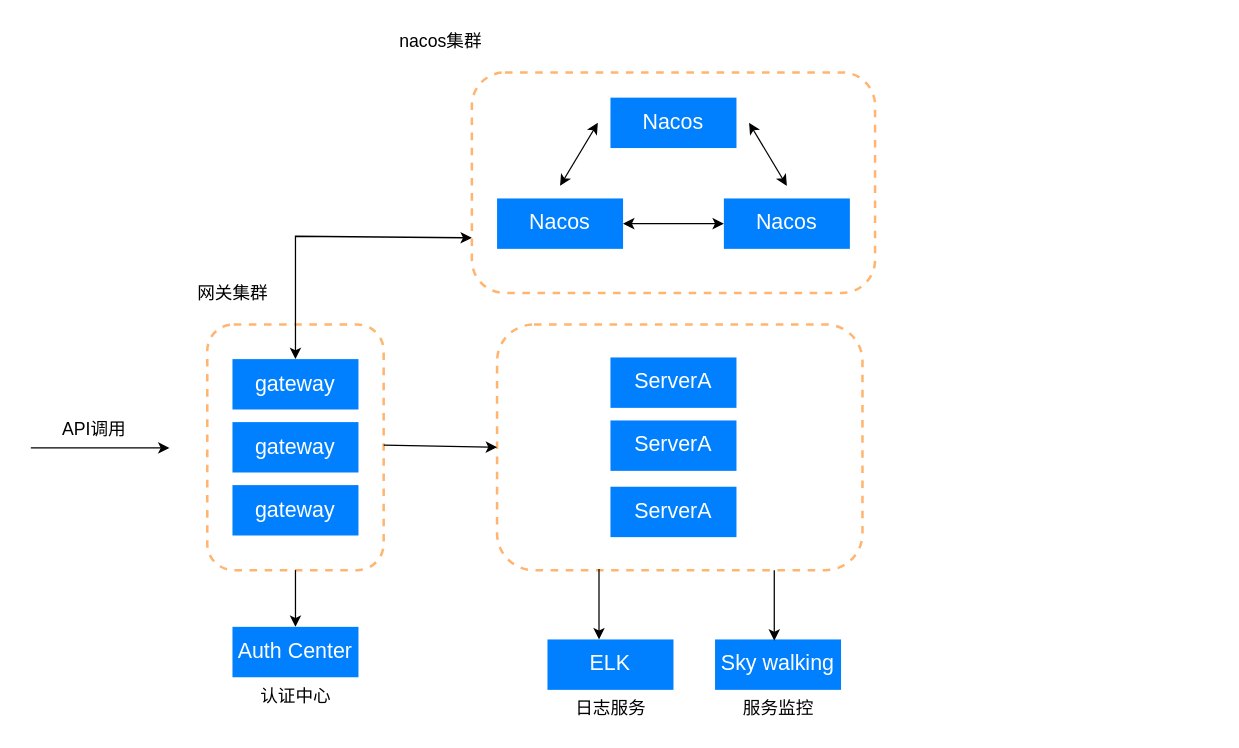
This is 工装/工作架构设计.drawio from DemonHan/KuickBuy, a draw.io file, before an edit. Source tidied: cells renumbered, new cells numbered last; positions are measured from the earlier drawing's top-left corner, leaving out a move shared by most shapes. Both pictures are drawn from the tidied source at 126%, with x=0, y=0 at pixel (30, 21).
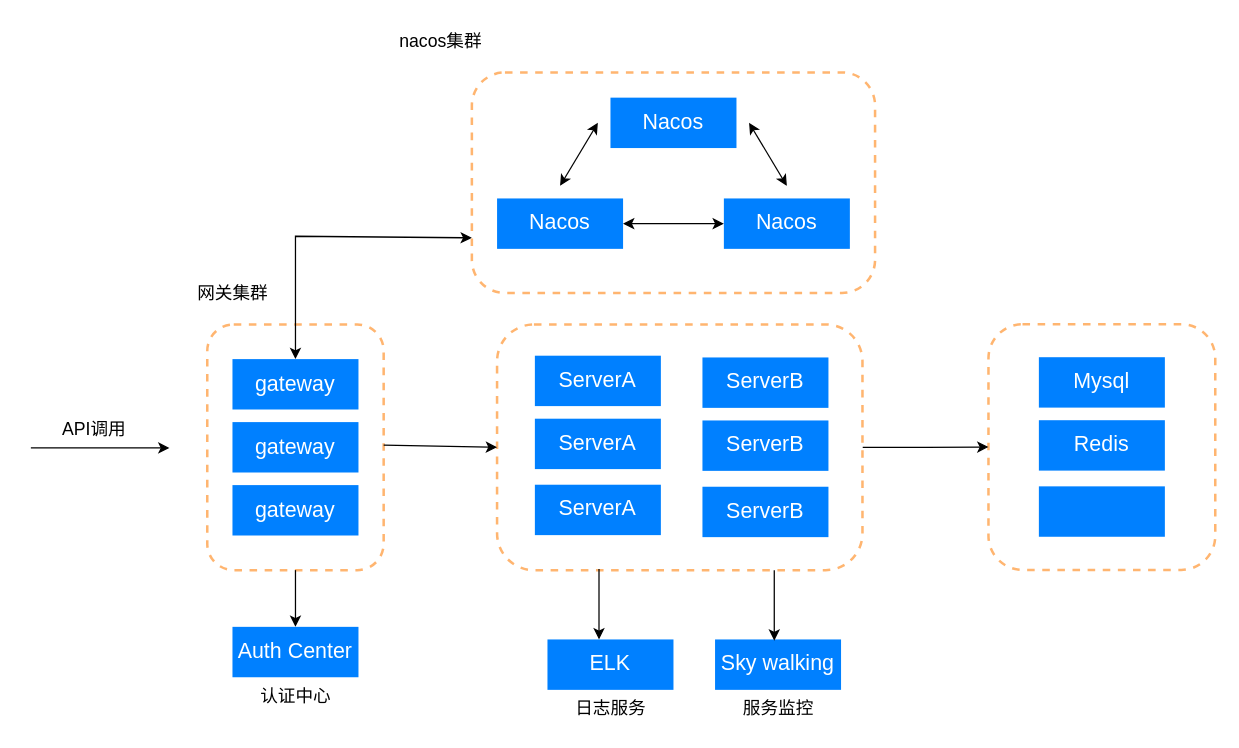
The same diagram, later.

Commit message (it also covers changes not shown here):
更新工作架构设计.drawio

Unchanged cells that the change refers to:
```xml
<mxCell id="12" style="rounded=1;whiteSpace=wrap;html=1;dashed=1;strokeColor=#FFB570;strokeWidth=2;" parent="1" vertex="1">
  <mxGeometry x="370" y="240" width="290" height="195" as="geometry" />
</mxCell>
```

The edit, as a diff of the source:
```diff
@@
+    <mxCell id="34" style="rounded=1;whiteSpace=wrap;html=1;dashed=1;strokeColor=#FFB570;strokeWidth=2;" parent="1" vertex="1">
+      <mxGeometry x="760" y="239.8" width="180" height="195" as="geometry" />
+    </mxCell>
@@
+    <mxCell id="35" style="edgeStyle=orthogonalEdgeStyle;rounded=0;jettySize=auto;html=1;entryX=0;entryY=0.5;entryDx=0;entryDy=0;" parent="1" edge="1" source="12" target="34">
+      <mxGeometry relative="1" as="geometry" />
+    </mxCell>
@@
     <mxCell id="13" value="&lt;font color=&quot;#ffffff&quot;&gt;ServerA&lt;/font&gt;" style="rounded=0;whiteSpace=wrap;html=1;fillColor=#0080ff;fontSize=17;strokeColor=none;" parent="1" vertex="1">
-      <mxGeometry x="460" y="266.2" width="100" height="40" as="geometry" />
+      <mxGeometry x="400" y="264.8" width="100" height="40" as="geometry" />
     </mxCell>
     <mxCell id="14" value="&lt;font color=&quot;#ffffff&quot;&gt;ServerA&lt;/font&gt;" style="rounded=0;whiteSpace=wrap;html=1;fillColor=#0080ff;fontSize=17;strokeColor=none;" parent="1" vertex="1">
-      <mxGeometry x="460" y="316.2" width="100" height="40" as="geometry" />
+      <mxGeometry x="400" y="314.8" width="100" height="40" as="geometry" />
     </mxCell>
     <mxCell id="15" value="&lt;font color=&quot;#ffffff&quot;&gt;ServerA&lt;/font&gt;" style="rounded=0;whiteSpace=wrap;html=1;fillColor=#0080ff;fontSize=17;strokeColor=none;" parent="1" vertex="1">
-      <mxGeometry x="460" y="368.8" width="100" height="40" as="geometry" />
+      <mxGeometry x="400" y="367.2" width="100" height="40" as="geometry" />
     </mxCell>
@@
+    <mxCell id="36" value="&lt;font color=&quot;#ffffff&quot;&gt;Mysql&lt;/font&gt;" style="rounded=0;whiteSpace=wrap;html=1;fillColor=#0080ff;fontSize=17;strokeColor=none;" parent="1" vertex="1">
+      <mxGeometry x="800" y="266" width="100" height="40" as="geometry" />
+    </mxCell>
+    <mxCell id="37" value="&lt;font color=&quot;#ffffff&quot;&gt;Redis&lt;/font&gt;" style="rounded=0;whiteSpace=wrap;html=1;fillColor=#0080ff;fontSize=17;strokeColor=none;" parent="1" vertex="1">
+      <mxGeometry x="800" y="316" width="100" height="40" as="geometry" />
+    </mxCell>
+    <mxCell id="38" style="rounded=0;whiteSpace=wrap;html=1;fillColor=#0080ff;fontSize=17;strokeColor=none;" parent="1" vertex="1">
+      <mxGeometry x="800" y="368.5" width="100" height="40" as="geometry" />
+    </mxCell>
+    <mxCell id="39" value="&lt;font color=&quot;#ffffff&quot;&gt;ServerB&lt;/font&gt;" style="rounded=0;whiteSpace=wrap;html=1;fillColor=#0080ff;fontSize=17;strokeColor=none;" parent="1" vertex="1">
+      <mxGeometry x="533" y="266.2" width="100" height="40" as="geometry" />
+    </mxCell>
+    <mxCell id="40" value="&lt;font color=&quot;#ffffff&quot;&gt;ServerB&lt;/font&gt;" style="rounded=0;whiteSpace=wrap;html=1;fillColor=#0080ff;fontSize=17;strokeColor=none;" parent="1" vertex="1">
+      <mxGeometry x="533" y="316.2" width="100" height="40" as="geometry" />
+    </mxCell>
+    <mxCell id="41" value="&lt;font color=&quot;#ffffff&quot;&gt;ServerB&lt;/font&gt;" style="rounded=0;whiteSpace=wrap;html=1;fillColor=#0080ff;fontSize=17;strokeColor=none;" parent="1" vertex="1">
+      <mxGeometry x="533" y="368.8" width="100" height="40" as="geometry" />
+    </mxCell>
```
